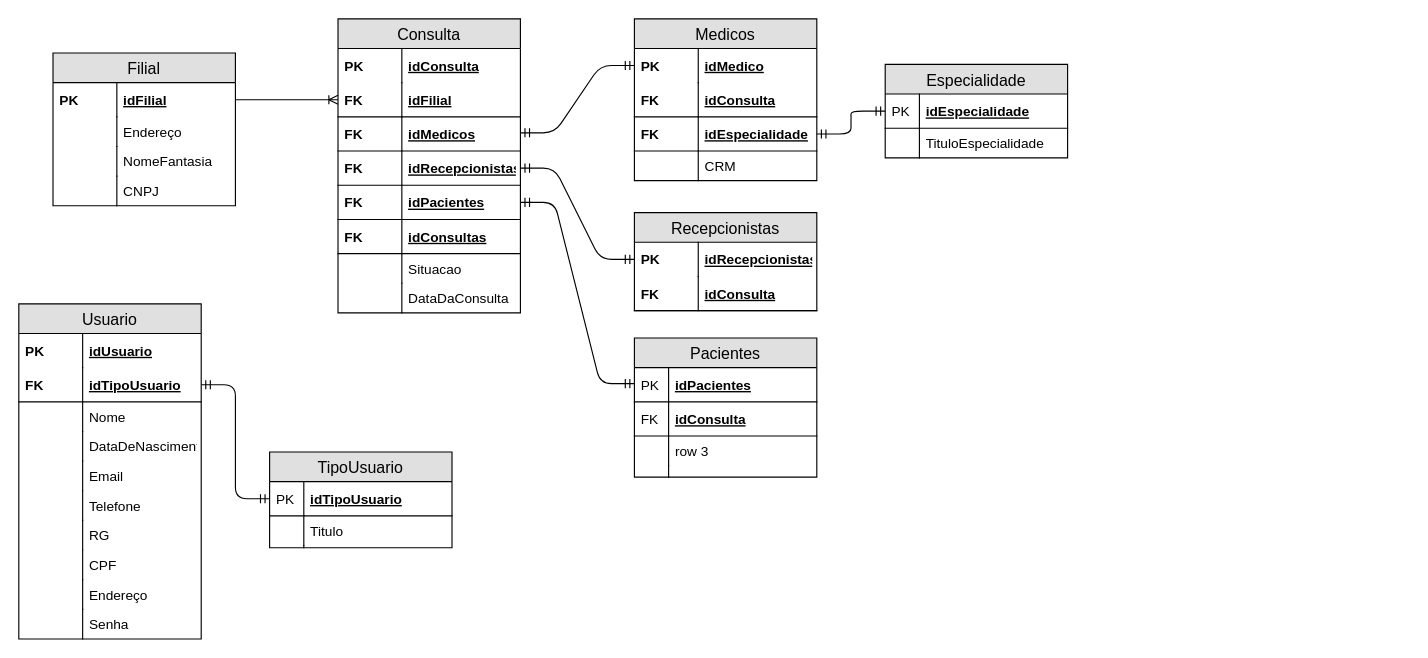
This is Modelagem/Logico.drawio from AndreAzevedoCoder/senai_spmedgroup_sprints1_bd_manha_AndreAzevedo, a draw.io file, before an edit. Source tidied: cells renumbered, new cells numbered last; positions are measured from the earlier drawing's top-left corner, leaving out a move shared by most shapes. Both pictures are drawn from the tidied source at 114%, with x=0, y=0 at pixel (18, 18).
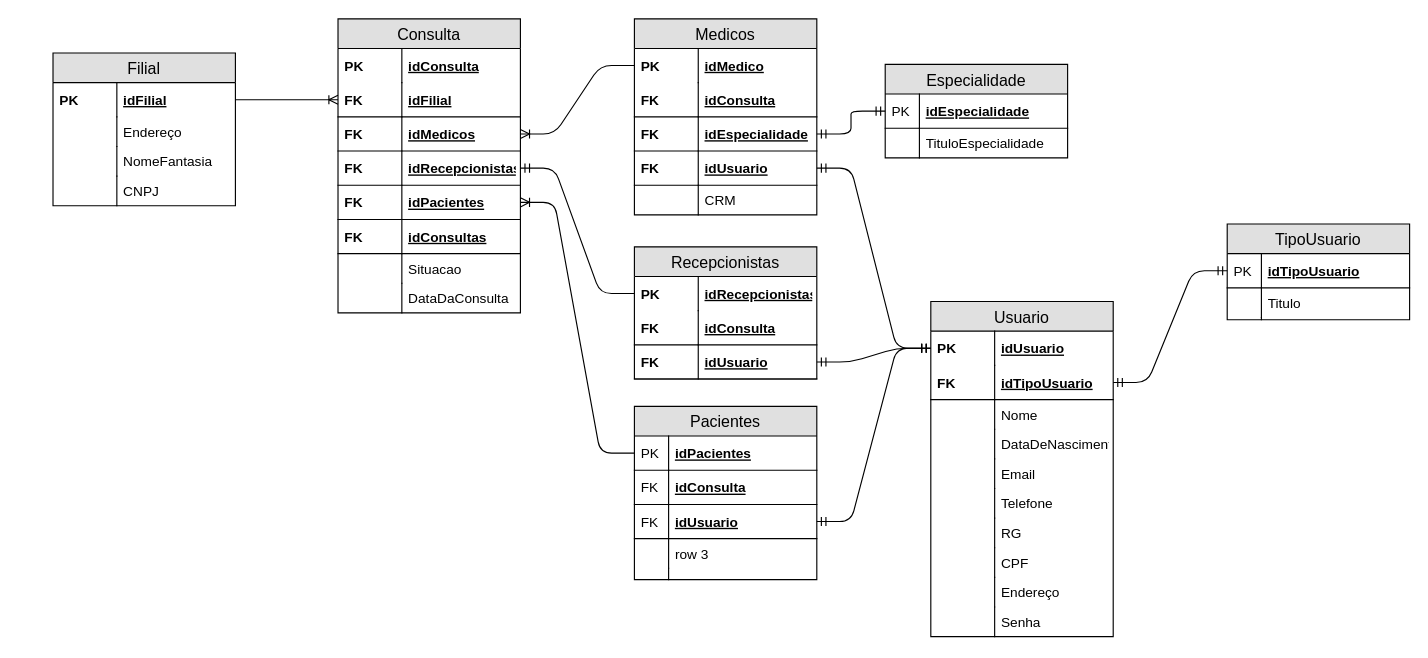
The same page after the edit.

The change refers to these unchanged cells:
```xml
<mxCell id="11" value="Consulta" style="swimlane;fontStyle=0;horizontal=1;startSize=26;fillColor=#e0e0e0;swimlaneFillColor=#ffffff;align=center;fontSize=14;" parent="1" vertex="1">
  <mxGeometry x="280" width="160" height="258" as="geometry" />
</mxCell>
<mxCell id="16" value="idMedicos" style="shape=partialRectangle;top=0;left=0;right=0;bottom=1;align=left;verticalAlign=middle;fillColor=none;spacingLeft=60;spacingRight=4;overflow=hidden;points=[[0,0.5],[1,0.5]];portConstraint=eastwest;fontStyle=5;fontSize=12;" parent="11" vertex="1">
  <mxGeometry y="86" width="160" height="30" as="geometry" />
</mxCell>
<mxCell id="19" value="idRecepcionistas" style="shape=partialRectangle;top=0;left=0;right=0;bottom=1;align=left;verticalAlign=middle;fillColor=none;spacingLeft=60;spacingRight=4;overflow=hidden;points=[[0,0.5],[1,0.5]];portConstraint=eastwest;fontStyle=5;fontSize=12;" parent="11" vertex="1">
  <mxGeometry y="116" width="160" height="30" as="geometry" />
</mxCell>
<mxCell id="21" value="idPacientes" style="shape=partialRectangle;top=0;left=0;right=0;bottom=1;align=left;verticalAlign=middle;fillColor=none;spacingLeft=60;spacingRight=4;overflow=hidden;points=[[0,0.5],[1,0.5]];portConstraint=eastwest;fontStyle=5;fontSize=12;" parent="11" vertex="1">
  <mxGeometry y="146" width="160" height="30" as="geometry" />
</mxCell>
<mxCell id="30" value="idMedico" style="shape=partialRectangle;top=0;left=0;right=0;bottom=0;align=left;verticalAlign=middle;fillColor=none;spacingLeft=60;spacingRight=4;overflow=hidden;points=[[0,0.5],[1,0.5]];portConstraint=eastwest;fontStyle=5;fontSize=12;" parent="29" vertex="1">
  <mxGeometry y="26" width="160" height="30" as="geometry" />
</mxCell>
<mxCell id="39" value="idRecepcionistas" style="shape=partialRectangle;top=0;left=0;right=0;bottom=0;align=left;verticalAlign=middle;fillColor=none;spacingLeft=60;spacingRight=4;overflow=hidden;points=[[0,0.5],[1,0.5]];portConstraint=eastwest;fontStyle=5;fontSize=12;" parent="38" vertex="1">
  <mxGeometry y="26" width="160" height="30" as="geometry" />
</mxCell>
<mxCell id="45" value="idUsuario" style="shape=partialRectangle;top=0;left=0;right=0;bottom=0;align=left;verticalAlign=middle;fillColor=none;spacingLeft=60;spacingRight=4;overflow=hidden;points=[[0,0.5],[1,0.5]];portConstraint=eastwest;fontStyle=5;fontSize=12;" parent="44" vertex="1">
  <mxGeometry y="26" width="160" height="30" as="geometry" />
</mxCell>
<mxCell id="74" value="idPacientes" style="shape=partialRectangle;top=0;left=0;right=0;bottom=1;align=left;verticalAlign=middle;fillColor=none;spacingLeft=34;spacingRight=4;overflow=hidden;points=[[0,0.5],[1,0.5]];portConstraint=eastwest;fontStyle=5;fontSize=12;" parent="73" vertex="1">
  <mxGeometry y="26" width="160" height="30" as="geometry" />
</mxCell>
```

The edit, as a diff of the source:
```diff
@@
-    <mxCell id="18" style="edgeStyle=entityRelationEdgeStyle;fontSize=12;html=1;endArrow=ERmandOne;startArrow=ERmandOne;entryX=0;entryY=0.5;entryDx=0;entryDy=0;" parent="11" edge="1" target="30">
-      <mxGeometry relative="1" as="geometry">
-        <mxPoint x="160" y="100" as="sourcePoint" />
-      </mxGeometry>
-    </mxCell>
@@
     <mxCell id="29" value="Medicos" style="swimlane;fontStyle=0;horizontal=1;startSize=26;fillColor=#e0e0e0;swimlaneFillColor=#ffffff;align=center;fontSize=14;" parent="1" vertex="1">
-      <mxGeometry x="540" width="160" height="142" as="geometry" />
+      <mxGeometry x="540" width="160" height="172" as="geometry" />
     </mxCell>
@@
+    <mxCell id="90" value="idUsuario" style="shape=partialRectangle;top=0;left=0;right=0;bottom=1;align=left;verticalAlign=middle;fillColor=none;spacingLeft=60;spacingRight=4;overflow=hidden;points=[[0,0.5],[1,0.5]];portConstraint=eastwest;fontStyle=5;fontSize=12;" parent="29" vertex="1">
+      <mxGeometry y="116" width="160" height="30" as="geometry" />
+    </mxCell>
+    <mxCell id="91" value="FK" style="shape=partialRectangle;fontStyle=1;top=0;left=0;bottom=0;fillColor=none;align=left;verticalAlign=middle;spacingLeft=4;spacingRight=4;overflow=hidden;fontSize=12;" parent="90" vertex="1">
+      <mxGeometry width="56" height="30" as="geometry" />
+    </mxCell>
     <mxCell id="36" value="CRM" style="shape=partialRectangle;top=0;left=0;right=0;bottom=0;align=left;verticalAlign=top;fillColor=none;spacingLeft=60;spacingRight=4;overflow=hidden;fontSize=12;" parent="29" vertex="1">
-      <mxGeometry y="116" width="160" height="26" as="geometry" />
+      <mxGeometry y="146" width="160" height="26" as="geometry" />
     </mxCell>
@@
     <mxCell id="38" value="Recepcionistas" style="swimlane;fontStyle=0;horizontal=1;startSize=26;fillColor=#e0e0e0;swimlaneFillColor=#ffffff;align=center;fontSize=14;" parent="1" vertex="1">
-      <mxGeometry x="540" y="170" width="160" height="86" as="geometry" />
+      <mxGeometry x="540" y="200" width="160" height="116" as="geometry" />
     </mxCell>
@@
+    <mxCell id="92" value="idUsuario" style="shape=partialRectangle;top=0;left=0;right=0;bottom=1;align=left;verticalAlign=middle;fillColor=none;spacingLeft=60;spacingRight=4;overflow=hidden;points=[[0,0.5],[1,0.5]];portConstraint=eastwest;fontStyle=5;fontSize=12;" parent="38" vertex="1">
+      <mxGeometry y="86" width="160" height="30" as="geometry" />
+    </mxCell>
+    <mxCell id="93" value="FK" style="shape=partialRectangle;fontStyle=1;top=0;left=0;bottom=0;fillColor=none;align=left;verticalAlign=middle;spacingLeft=4;spacingRight=4;overflow=hidden;fontSize=12;" parent="92" vertex="1">
+      <mxGeometry width="56" height="30" as="geometry" />
+    </mxCell>
@@
     <mxCell id="44" value="Usuario" style="swimlane;fontStyle=0;horizontal=1;startSize=26;fillColor=#e0e0e0;swimlaneFillColor=#ffffff;align=center;fontSize=14;" parent="1" vertex="1">
-      <mxGeometry y="250" width="160" height="294" as="geometry" />
+      <mxGeometry x="800" y="248" width="160" height="294" as="geometry" />
     </mxCell>
@@
     <mxCell id="65" value="TipoUsuario" style="swimlane;fontStyle=0;horizontal=1;startSize=26;fillColor=#e0e0e0;swimlaneFillColor=#ffffff;align=center;fontSize=14;" parent="1" vertex="1">
-      <mxGeometry x="220" y="380" width="160" height="84" as="geometry" />
+      <mxGeometry x="1060" y="180" width="160" height="84" as="geometry" />
     </mxCell>
@@
     <mxCell id="73" value="Pacientes" style="swimlane;fontStyle=0;horizontal=1;startSize=26;fillColor=#e0e0e0;swimlaneFillColor=#ffffff;align=center;fontSize=14;" parent="1" vertex="1">
-      <mxGeometry x="540" y="280" width="160" height="122" as="geometry" />
+      <mxGeometry x="540" y="340" width="160" height="152" as="geometry" />
     </mxCell>
@@
+    <mxCell id="94" value="idUsuario" style="shape=partialRectangle;top=0;left=0;right=0;bottom=1;align=left;verticalAlign=middle;fillColor=none;spacingLeft=34;spacingRight=4;overflow=hidden;points=[[0,0.5],[1,0.5]];portConstraint=eastwest;fontStyle=5;fontSize=12;" parent="73" vertex="1">
+      <mxGeometry y="86" width="160" height="30" as="geometry" />
+    </mxCell>
+    <mxCell id="95" value="FK" style="shape=partialRectangle;top=0;left=0;bottom=0;fillColor=none;align=left;verticalAlign=middle;spacingLeft=4;spacingRight=4;overflow=hidden;fontSize=12;" parent="94" vertex="1">
+      <mxGeometry width="30" height="30" as="geometry" />
+    </mxCell>
     <mxCell id="78" value="row 3" style="shape=partialRectangle;top=0;left=0;right=0;bottom=0;align=left;verticalAlign=top;fillColor=none;spacingLeft=34;spacingRight=4;overflow=hidden;fontSize=12;" parent="73" vertex="1">
-      <mxGeometry y="86" width="160" height="26" as="geometry" />
+      <mxGeometry y="116" width="160" height="26" as="geometry" />
     </mxCell>
@@
     <mxCell id="80" style="shape=partialRectangle;top=0;left=0;right=0;bottom=0;align=left;verticalAlign=top;fillColor=none;spacingLeft=34;spacingRight=4;overflow=hidden;fontSize=12;" parent="73" vertex="1">
-      <mxGeometry y="112" width="160" height="10" as="geometry" />
+      <mxGeometry y="142" width="160" height="10" as="geometry" />
     </mxCell>
@@
-    <mxCell id="82" style="edgeStyle=entityRelationEdgeStyle;fontSize=12;html=1;endArrow=ERmandOne;startArrow=ERmandOne;exitX=1;exitY=0.5;exitDx=0;exitDy=0;" parent="1" edge="1" source="21">
-      <mxGeometry relative="1" as="geometry">
-        <mxPoint x="540" y="320" as="targetPoint" />
-      </mxGeometry>
-    </mxCell>
-    <mxCell id="83" style="edgeStyle=entityRelationEdgeStyle;fontSize=12;html=1;endArrow=ERmandOne;startArrow=ERmandOne;entryX=0;entryY=0.5;entryDx=0;entryDy=0;exitX=1;exitY=0.5;exitDx=0;exitDy=0;" parent="1" edge="1" source="19" target="39">
-      <mxGeometry relative="1" as="geometry" />
-    </mxCell>
@@
+    <mxCell id="96" style="edgeStyle=entityRelationEdgeStyle;fontSize=12;html=1;endArrow=ERoneToMany;" parent="1" edge="1" source="30" target="16">
+      <mxGeometry relative="1" as="geometry" />
+    </mxCell>
+    <mxCell id="97" style="edgeStyle=entityRelationEdgeStyle;fontSize=12;html=1;endArrow=ERmandOne;" parent="1" edge="1" source="39" target="19">
+      <mxGeometry relative="1" as="geometry" />
+    </mxCell>
+    <mxCell id="98" style="edgeStyle=entityRelationEdgeStyle;fontSize=12;html=1;endArrow=ERoneToMany;" parent="1" edge="1" source="74" target="21">
+      <mxGeometry relative="1" as="geometry" />
+    </mxCell>
+    <mxCell id="99" style="edgeStyle=entityRelationEdgeStyle;fontSize=12;html=1;endArrow=ERmandOne;startArrow=ERmandOne;exitX=1;exitY=0.5;exitDx=0;exitDy=0;entryX=0;entryY=0.5;entryDx=0;entryDy=0;" parent="1" edge="1" source="90" target="45">
+      <mxGeometry relative="1" as="geometry" />
+    </mxCell>
+    <mxCell id="100" style="edgeStyle=entityRelationEdgeStyle;fontSize=12;html=1;endArrow=ERmandOne;startArrow=ERmandOne;exitX=1;exitY=0.5;exitDx=0;exitDy=0;entryX=0;entryY=0.5;entryDx=0;entryDy=0;" parent="1" edge="1" source="92" target="45">
+      <mxGeometry relative="1" as="geometry" />
+    </mxCell>
+    <mxCell id="101" style="edgeStyle=entityRelationEdgeStyle;fontSize=12;html=1;endArrow=ERmandOne;startArrow=ERmandOne;entryX=0;entryY=0.5;entryDx=0;entryDy=0;exitX=1;exitY=0.5;exitDx=0;exitDy=0;" parent="1" edge="1" source="94" target="45">
+      <mxGeometry relative="1" as="geometry" />
+    </mxCell>
```
